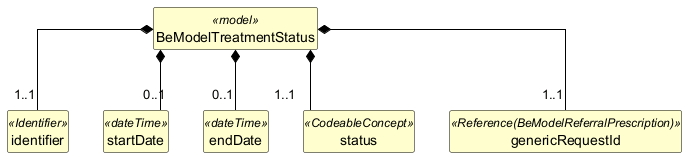
Before: exports/diagrams/BeModelTreatmentStatus-uml.png, a diagram exported from PlantUML (caresets/caresets-src).
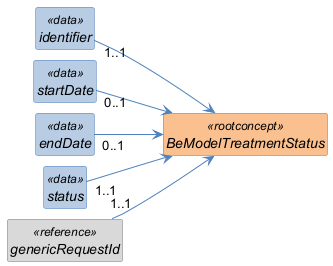
Above is the later version.

Diff of the diagram source:
```diff
@@ -1,38 +1,45 @@
 @startuml
+left to right direction
 skinparam shadowing false
+skinparam nodesep 10
+skinparam ranksep 40
 skinparam classAttributeIconSize 0
-skinparam linetype ortho
 skinparam class {
-  BackgroundColor #FEFECE
-  BorderColor #000000
-  ArrowColor #000000
-  FontStyle bold
-  AttributeFontStyle normal
+  FontStyle italic
+  BackgroundColor<<rootconcept>> #FAC08F
+  BorderColor<<rootconcept>> #E36C0A
+  BackgroundColor<<data>> #B8CCE4
+  BorderColor<<data>> #4F81BD
+  BackgroundColor<<reference>> #D9D9D9
+  BorderColor<<reference>> #808080
+  BackgroundColor<<value set>> #C3D69B
+  BorderColor<<value set>> #77933C
+  ArrowColor #4F81BD
 }
 hide circle
 hide empty members
 
-class "BeModelTreatmentStatus" as BeModelTreatmentStatus <<model>> {
+class "BeModelTreatmentStatus" as BeModelTreatmentStatus <<rootconcept>> {
 }
 
-class "identifier" as BeModelTreatmentStatus_identifier <<Identifier>> {
+class "identifier" as BeModelTreatmentStatus_identifier <<data>> {
 }
 
-class "startDate" as BeModelTreatmentStatus_startDate <<dateTime>> {
+class "startDate" as BeModelTreatmentStatus_startDate <<data>> {
 }
 
-class "endDate" as BeModelTreatmentStatus_endDate <<dateTime>> {
+class "endDate" as BeModelTreatmentStatus_endDate <<data>> {
 }
 
-class "status" as BeModelTreatmentStatus_status <<CodeableConcept>> {
+class "status" as BeModelTreatmentStatus_status <<data>> {
 }
 
-class "genericRequestId" as BeModelTreatmentStatus_genericRequestId <<Reference(BeModelReferralPrescription)>> {
+class "genericRequestId" as BeModelTreatmentStatus_genericRequestId <<reference>> {
 }
 
-BeModelTreatmentStatus *-- "1..1" BeModelTreatmentStatus_identifier
-BeModelTreatmentStatus *-- "0..1" BeModelTreatmentStatus_startDate
-BeModelTreatmentStatus *-- "0..1" BeModelTreatmentStatus_endDate
-BeModelTreatmentStatus *-- "1..1" BeModelTreatmentStatus_status
-BeModelTreatmentStatus *-- "1..1" BeModelTreatmentStatus_genericRequestId
+BeModelTreatmentStatus_identifier "1..1" --> BeModelTreatmentStatus
+BeModelTreatmentStatus_startDate "0..1" --> BeModelTreatmentStatus
+BeModelTreatmentStatus_endDate "0..1" --> BeModelTreatmentStatus
+BeModelTreatmentStatus_status "1..1" --> BeModelTreatmentStatus
+BeModelTreatmentStatus_genericRequestId "1..1" --> BeModelTreatmentStatus
 @enduml
```
